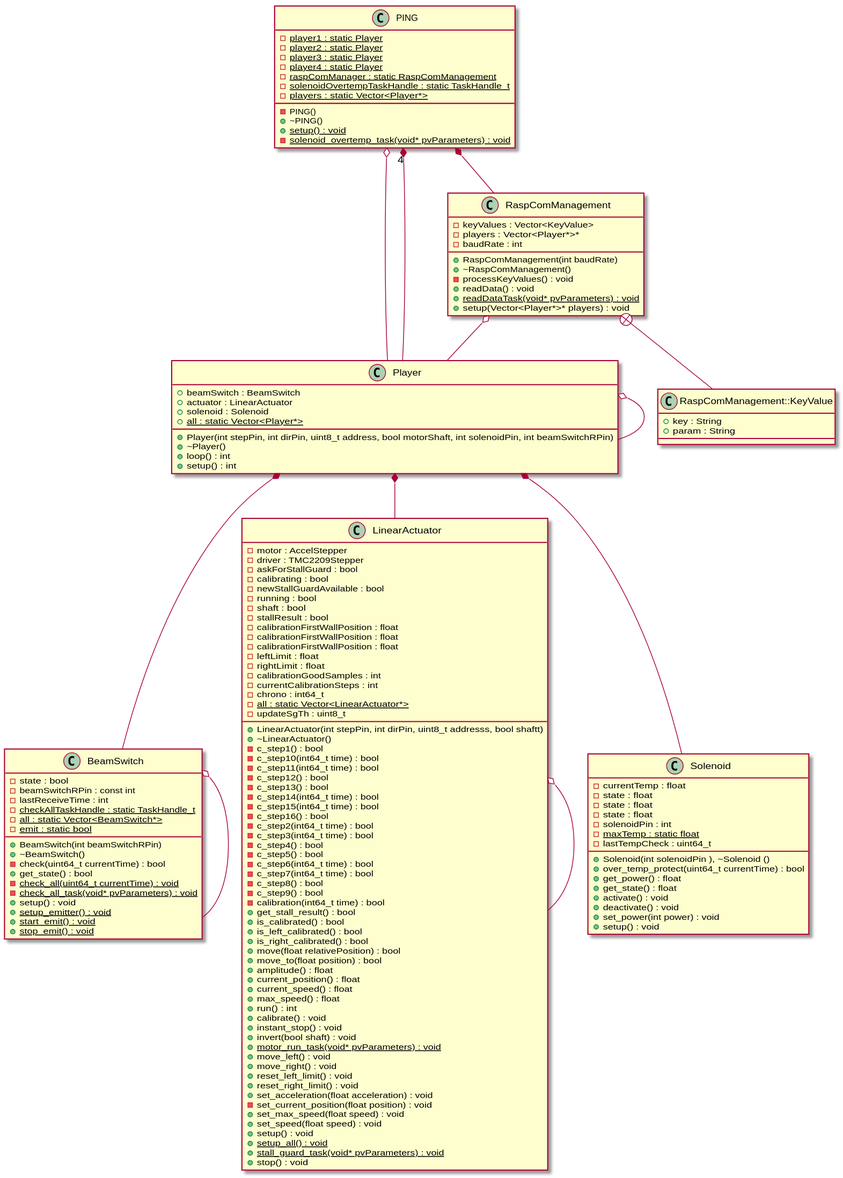
2PING2/PING2 keeps this PlantUML diagram as docs/esp32.svg. Above is the earlier version.
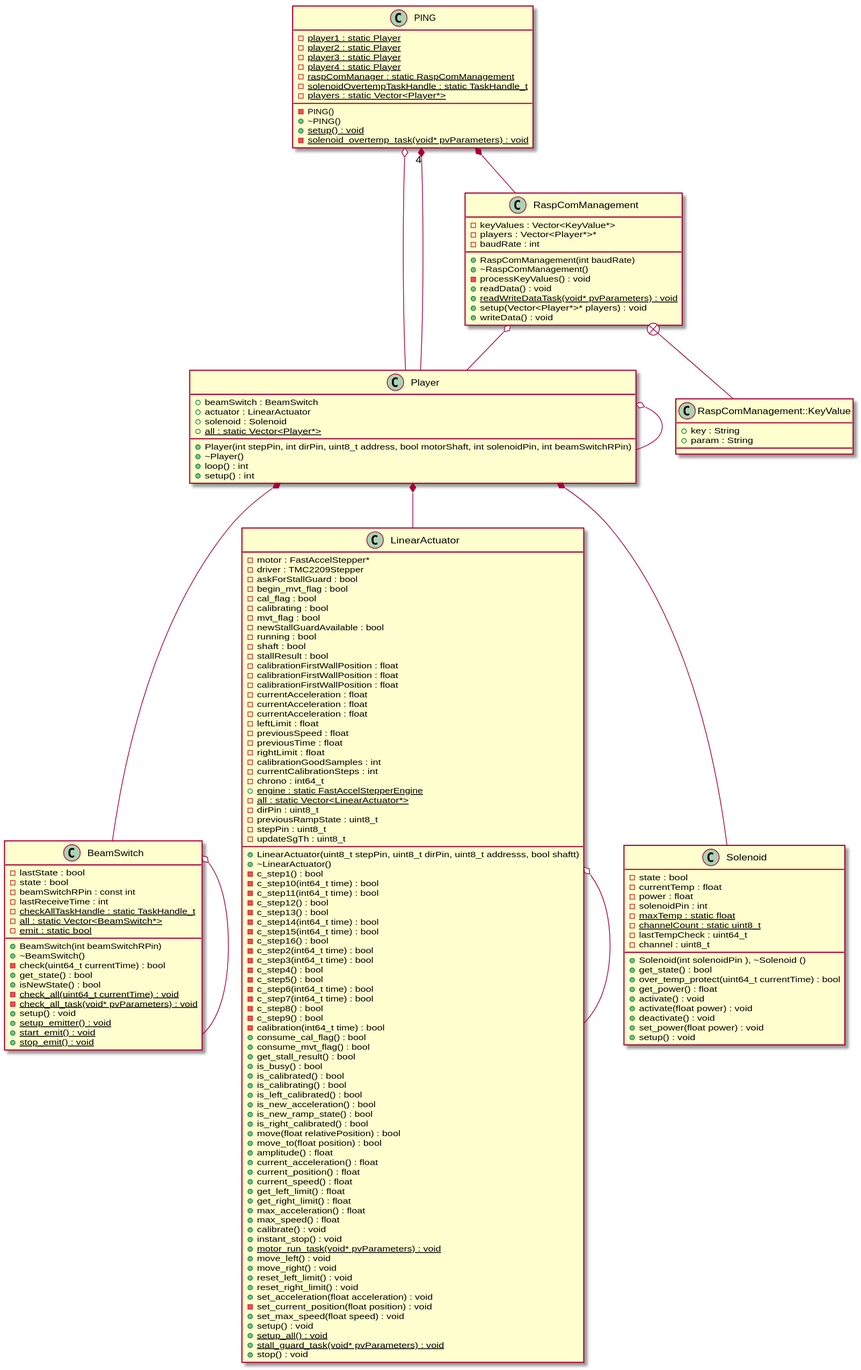
After the commit.

Commit message:
Updated UML diagram

The edit, as a diff of the source:
```diff
@@ -10,6 +10,8 @@
 	+~BeamSwitch()
 	-check(uint64_t currentTime) : bool
 	+get_state() : bool
+	+isNewState() : bool
+	-lastState : bool
 	-state : bool
 	-beamSwitchRPin : const int
 	-lastReceiveTime : int
@@ -26,11 +28,12 @@
 
 
 class LinearActuator {
-	+LinearActuator(int stepPin, int dirPin, uint8_t addresss, bool shaftt)
+	+LinearActuator(uint8_t stepPin, uint8_t dirPin, uint8_t addresss, bool shaftt)
 	+~LinearActuator()
-	-motor : AccelStepper
+	-motor : FastAccelStepper*
 	-driver : TMC2209Stepper
 	-askForStallGuard : bool
+	-begin_mvt_flag : bool
 	-c_step1() : bool
 	-c_step10(int64_t time) : bool
 	-c_step11(int64_t time) : bool
@@ -47,14 +50,22 @@
 	-c_step7(int64_t time) : bool
 	-c_step8() : bool
 	-c_step9() : bool
+	-cal_flag : bool
 	-calibrating : bool
 	-calibration(int64_t time) : bool
+	+consume_cal_flag() : bool
+	+consume_mvt_flag() : bool
 	+get_stall_result() : bool
+	+is_busy() : bool
 	+is_calibrated() : bool
+	+is_calibrating() : bool
 	+is_left_calibrated() : bool
+	+is_new_acceleration() : bool
+	+is_new_ramp_state() : bool
 	+is_right_calibrated() : bool
 	+move(float relativePosition) : bool
 	+move_to(float position) : bool
+	-mvt_flag : bool
 	-newStallGuardAvailable : bool
 	-running : bool
 	-shaft : bool
@@ -63,20 +74,31 @@
 	-calibrationFirstWallPosition : float
 	-calibrationFirstWallPosition : float
 	-calibrationFirstWallPosition : float
+	-currentAcceleration : float
+	-currentAcceleration : float
+	-currentAcceleration : float
+	+current_acceleration() : float
 	+current_position() : float
 	+current_speed() : float
+	+get_left_limit() : float
+	+get_right_limit() : float
 	-leftLimit : float
+	+max_acceleration() : float
 	+max_speed() : float
+	-previousSpeed : float
+	-previousTime : float
 	-rightLimit : float
 	-calibrationGoodSamples : int
 	-currentCalibrationSteps : int
-	+run() : int
 	-chrono : int64_t
+	+{static} engine : static FastAccelStepperEngine
 	-{static} all : static Vector<LinearActuator*>
+	-dirPin : uint8_t
+	-previousRampState : uint8_t
+	-stepPin : uint8_t
 	-updateSgTh : uint8_t
 	+calibrate() : void
 	+instant_stop() : void
-	+invert(bool shaft) : void
 	+{static} motor_run_task(void* pvParameters) : void
 	+move_left() : void
 	+move_right() : void
@@ -85,7 +107,6 @@
 	+set_acceleration(float acceleration) : void
 	-set_current_position(float position) : void
 	+set_max_speed(float speed) : void
-	+set_speed(float speed) : void
 	+setup() : void
 	+{static} setup_all() : void
 	+{static} stall_guard_task(void* pvParameters) : void
@@ -123,31 +144,34 @@
 class RaspComManagement {
 	+RaspComManagement(int baudRate)
 	+~RaspComManagement()
-	-keyValues : Vector<KeyValue>
+	-keyValues : Vector<KeyValue*>
 	-players : Vector<Player*>*
 	-baudRate : int
 	-processKeyValues() : void
 	+readData() : void
-	+{static} readDataTask(void* pvParameters) : void
+	+{static} readWriteDataTask(void* pvParameters) : void
 	+setup(Vector<Player*>* players) : void
+	+writeData() : void
 }
 
 
 class Solenoid {
 	+Solenoid(int solenoidPin ), ~Solenoid ()
+	+get_state() : bool
 	+over_temp_protect(uint64_t currentTime) : bool
+	-state : bool
 	-currentTemp : float
 	+get_power() : float
-	+get_state() : float
-	-state : float
-	-state : float
-	-state : float
+	-power : float
 	-solenoidPin : int
 	-{static} maxTemp : static float
+	-{static} channelCount : static uint8_t
 	-lastTempCheck : uint64_t
+	-channel : uint8_t
 	+activate() : void
+	+activate(float power) : void
 	+deactivate() : void
-	+set_power(int power) : void
+	+set_power(float power) : void
 	+setup() : void
 }
 
```
